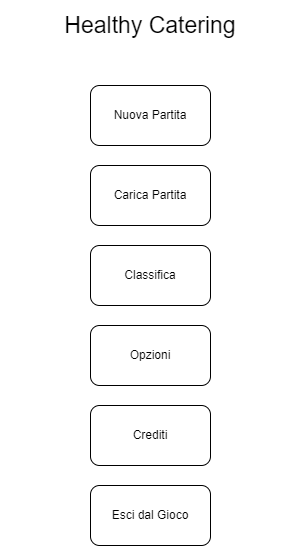
Above: doc/img/MenuDiGioco.png in zSavT/Healthy-Catering (draw.io), before the change. Source tidied: cells renumbered, new cells last; positions are measured from the earlier drawing's top-left corner, leaving out a move shared by most shapes.
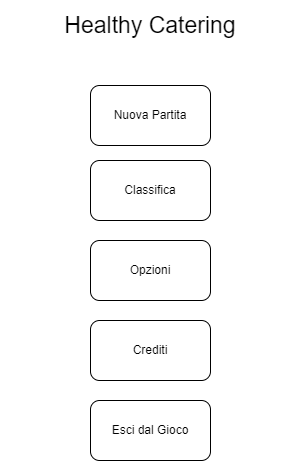
Later version of the same file.

Commit message:
Eliminati riferimenti al carica e salva partita

What changed in the source:
```diff
@@ -3,11 +3,8 @@
     <mxCell id="0" />
     <mxCell id="1" parent="0" />
     <mxCell id="2" value="Nuova Partita" style="rounded=1;whiteSpace=wrap;html=1;" parent="1" vertex="1">
-      <mxGeometry x="90" y="85" width="120" height="60" as="geometry" />
+      <mxGeometry x="90" y="170" width="120" height="60" as="geometry" />
     </mxCell>
-    <mxCell id="3" value="Carica Partita" style="rounded=1;whiteSpace=wrap;html=1;" parent="1" vertex="1">
-      <mxGeometry x="90" y="165" width="120" height="60" as="geometry" />
-    </mxCell>
     <mxCell id="4" value="Classifica" style="rounded=1;whiteSpace=wrap;html=1;" parent="1" vertex="1">
       <mxGeometry x="90" y="245" width="120" height="60" as="geometry" />
     </mxCell>
@@ -21,7 +18,7 @@
       <mxGeometry x="90" y="485" width="120" height="60" as="geometry" />
     </mxCell>
     <mxCell id="8" value="&lt;font style=&quot;font-size: 23px&quot;&gt;Healthy Catering&lt;/font&gt;" style="text;html=1;strokeColor=none;fillColor=none;align=center;verticalAlign=middle;whiteSpace=wrap;rounded=0;" parent="1" vertex="1">
-      <mxGeometry width="300" height="50" as="geometry" />
+      <mxGeometry y="85" width="300" height="50" as="geometry" />
     </mxCell>
   </root>
 </mxGraphModel>
```
